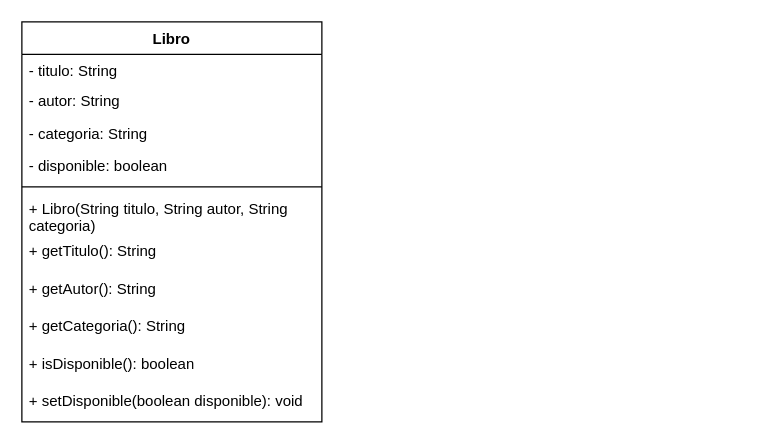
Before: DiagramaDeClasesLibreria.drawio in SergioMesa2101/Parcial, a draw.io diagram. Source tidied: cells renumbered, new cells numbered last; positions are measured from the earlier drawing's top-left corner, leaving out a move shared by most shapes. Both pictures are drawn from the tidied source at 125%, with x=0, y=0 at pixel (21, 21).
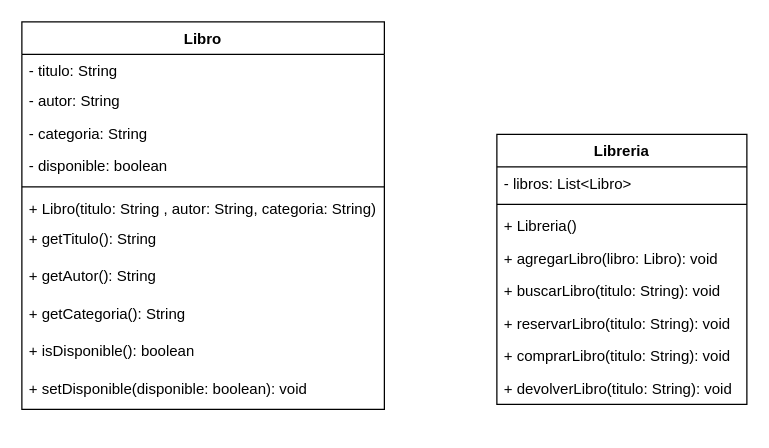
Above is the later version.

The edit, as a diff of the source:
```diff
@@
     <mxCell id="2" value="Libro" style="swimlane;fontStyle=1;align=center;verticalAlign=top;horizontal=1;startSize=26;whiteSpace=wrap;html=1;" parent="1" vertex="1">
-      <mxGeometry width="240" height="320" as="geometry" />
+      <mxGeometry width="290" height="310" as="geometry" />
     </mxCell>
     <mxCell id="3" value="- titulo: String" style="text;strokeColor=none;fillColor=none;align=left;verticalAlign=top;spacingLeft=4;spacingRight=4;overflow=hidden;whiteSpace=wrap;html=1;" parent="2" vertex="1">
-      <mxGeometry y="26" width="240" height="24" as="geometry" />
+      <mxGeometry y="26" width="290" height="24" as="geometry" />
     </mxCell>
     <mxCell id="4" value="- autor: String" style="text;strokeColor=none;fillColor=none;align=left;verticalAlign=top;spacingLeft=4;spacingRight=4;overflow=hidden;whiteSpace=wrap;html=1;" parent="2" vertex="1">
-      <mxGeometry y="50" width="240" height="26" as="geometry" />
+      <mxGeometry y="50" width="290" height="26" as="geometry" />
     </mxCell>
     <mxCell id="5" value="- categoria: String" style="text;strokeColor=none;fillColor=none;align=left;verticalAlign=top;spacingLeft=4;spacingRight=4;overflow=hidden;whiteSpace=wrap;html=1;" parent="2" vertex="1">
-      <mxGeometry y="76" width="240" height="26" as="geometry" />
+      <mxGeometry y="76" width="290" height="26" as="geometry" />
     </mxCell>
     <mxCell id="6" value="- disponible: boolean" style="text;strokeColor=none;fillColor=none;align=left;verticalAlign=top;spacingLeft=4;spacingRight=4;overflow=hidden;whiteSpace=wrap;html=1;" parent="2" vertex="1">
-      <mxGeometry y="102" width="240" height="26" as="geometry" />
+      <mxGeometry y="102" width="290" height="26" as="geometry" />
     </mxCell>
     <mxCell id="7" style="line;strokeWidth=1;fillColor=none;align=left;verticalAlign=middle;spacingTop=-1;spacingLeft=3;spacingRight=3;labelPosition=right;strokeColor=inherit;" parent="2" vertex="1">
-      <mxGeometry y="128" width="240" height="8" as="geometry" />
+      <mxGeometry y="128" width="290" height="8" as="geometry" />
     </mxCell>
-    <mxCell id="8" value="+ Libro(String titulo, String autor, String categoria)" style="text;strokeColor=none;fillColor=none;align=left;verticalAlign=top;spacingLeft=4;spacingRight=4;overflow=hidden;whiteSpace=wrap;html=1;" parent="2" vertex="1">
-      <mxGeometry y="136" width="240" height="34" as="geometry" />
+    <mxCell id="8" value="+ Libro(titulo: String , autor:&amp;nbsp;String, categoria:&amp;nbsp;String)" style="text;strokeColor=none;fillColor=none;align=left;verticalAlign=top;spacingLeft=4;spacingRight=4;overflow=hidden;whiteSpace=wrap;html=1;" parent="2" vertex="1">
+      <mxGeometry y="136" width="290" height="24" as="geometry" />
     </mxCell>
     <mxCell id="9" value="+ getTitulo(): String&lt;br&gt;&lt;br&gt;" style="text;strokeColor=none;fillColor=none;align=left;verticalAlign=top;spacingLeft=4;spacingRight=4;overflow=hidden;whiteSpace=wrap;html=1;" parent="2" vertex="1">
-      <mxGeometry y="170" width="240" height="30" as="geometry" />
+      <mxGeometry y="160" width="290" height="30" as="geometry" />
     </mxCell>
     <mxCell id="10" value="+ getAutor(): String&lt;br&gt;" style="text;strokeColor=none;fillColor=none;align=left;verticalAlign=top;spacingLeft=4;spacingRight=4;overflow=hidden;whiteSpace=wrap;html=1;" parent="2" vertex="1">
-      <mxGeometry y="200" width="240" height="30" as="geometry" />
+      <mxGeometry y="190" width="290" height="30" as="geometry" />
     </mxCell>
     <mxCell id="11" value="+ getCategoria(): String" style="text;strokeColor=none;fillColor=none;align=left;verticalAlign=top;spacingLeft=4;spacingRight=4;overflow=hidden;whiteSpace=wrap;html=1;" parent="2" vertex="1">
-      <mxGeometry y="230" width="240" height="30" as="geometry" />
+      <mxGeometry y="220" width="290" height="30" as="geometry" />
     </mxCell>
     <mxCell id="12" value="+ isDisponible(): boolean" style="text;strokeColor=none;fillColor=none;align=left;verticalAlign=top;spacingLeft=4;spacingRight=4;overflow=hidden;whiteSpace=wrap;html=1;" parent="2" vertex="1">
-      <mxGeometry y="260" width="240" height="30" as="geometry" />
+      <mxGeometry y="250" width="290" height="30" as="geometry" />
     </mxCell>
-    <mxCell id="13" value="+ setDisponible(boolean disponible): void" style="text;strokeColor=none;fillColor=none;align=left;verticalAlign=top;spacingLeft=4;spacingRight=4;overflow=hidden;whiteSpace=wrap;html=1;" parent="2" vertex="1">
-      <mxGeometry y="290" width="240" height="30" as="geometry" />
+    <mxCell id="13" value="+ setDisponible(disponible: boolean): void" style="text;strokeColor=none;fillColor=none;align=left;verticalAlign=top;spacingLeft=4;spacingRight=4;overflow=hidden;whiteSpace=wrap;html=1;" parent="2" vertex="1">
+      <mxGeometry y="280" width="290" height="30" as="geometry" />
     </mxCell>
+    <mxCell id="14" value="Libreria" style="swimlane;fontStyle=1;align=center;verticalAlign=top;horizontal=1;startSize=26;whiteSpace=wrap;html=1;" parent="1" vertex="1">
+      <mxGeometry x="380" y="90" width="200" height="216" as="geometry" />
+    </mxCell>
+    <mxCell id="15" value="- libros: List&amp;lt;Libro&amp;gt;&lt;br&gt;&amp;nbsp;" style="text;strokeColor=none;fillColor=none;align=left;verticalAlign=top;spacingLeft=4;spacingRight=4;overflow=hidden;whiteSpace=wrap;html=1;" parent="14" vertex="1">
+      <mxGeometry y="26" width="200" height="26" as="geometry" />
+    </mxCell>
+    <mxCell id="16" style="line;strokeWidth=1;fillColor=none;align=left;verticalAlign=middle;spacingTop=-1;spacingLeft=3;spacingRight=3;labelPosition=right;strokeColor=inherit;" parent="14" vertex="1">
+      <mxGeometry y="52" width="200" height="8" as="geometry" />
+    </mxCell>
+    <mxCell id="17" value="+ Libreria()" style="text;strokeColor=none;fillColor=none;align=left;verticalAlign=top;spacingLeft=4;spacingRight=4;overflow=hidden;whiteSpace=wrap;html=1;" parent="14" vertex="1">
+      <mxGeometry y="60" width="200" height="26" as="geometry" />
+    </mxCell>
+    <mxCell id="18" value="+ agregarLibro(libro:&amp;nbsp;Libro): void" style="text;strokeColor=none;fillColor=none;align=left;verticalAlign=top;spacingLeft=4;spacingRight=4;overflow=hidden;whiteSpace=wrap;html=1;" parent="14" vertex="1">
+      <mxGeometry y="86" width="200" height="26" as="geometry" />
+    </mxCell>
+    <mxCell id="19" value="+ buscarLibro(titulo: String): void" style="text;strokeColor=none;fillColor=none;align=left;verticalAlign=top;spacingLeft=4;spacingRight=4;overflow=hidden;whiteSpace=wrap;html=1;" parent="14" vertex="1">
+      <mxGeometry y="112" width="200" height="26" as="geometry" />
+    </mxCell>
+    <mxCell id="20" value="+ reservarLibro(titulo: String): void" style="text;strokeColor=none;fillColor=none;align=left;verticalAlign=top;spacingLeft=4;spacingRight=4;overflow=hidden;whiteSpace=wrap;html=1;" parent="14" vertex="1">
+      <mxGeometry y="138" width="200" height="26" as="geometry" />
+    </mxCell>
+    <mxCell id="21" value="+ comprarLibro(titulo: String): void" style="text;strokeColor=none;fillColor=none;align=left;verticalAlign=top;spacingLeft=4;spacingRight=4;overflow=hidden;whiteSpace=wrap;html=1;" parent="14" vertex="1">
+      <mxGeometry y="164" width="200" height="26" as="geometry" />
+    </mxCell>
+    <mxCell id="22" value="+ devolverLibro(titulo: String): void" style="text;strokeColor=none;fillColor=none;align=left;verticalAlign=top;spacingLeft=4;spacingRight=4;overflow=hidden;whiteSpace=wrap;html=1;" parent="14" vertex="1">
+      <mxGeometry y="190" width="200" height="26" as="geometry" />
+    </mxCell>
```
